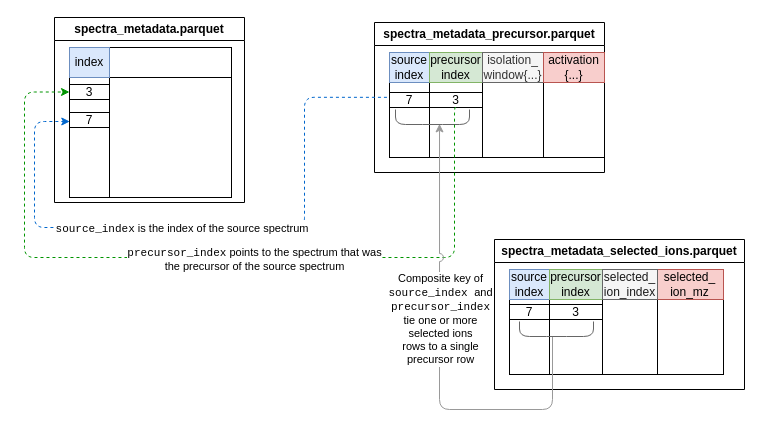
This is docs/assets/img/precursor-linkage.drawio from HUPO-PSI/mzPeak-specification, a draw.io file, before an edit. Source tidied: cells renumbered, new cells numbered last; positions are measured from the earlier drawing's top-left corner, leaving out a move shared by most shapes. Both pictures are drawn from the tidied source at 100%, with x=0, y=0 at pixel (24, 17).
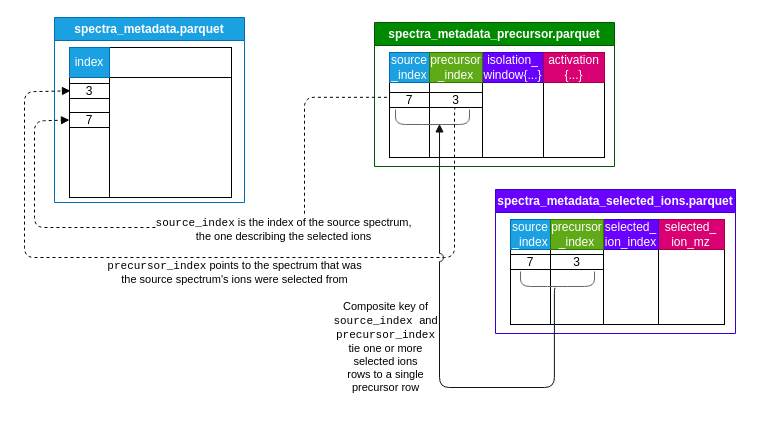
The same page after the edit.

Unchanged cells that the change refers to:
```xml
<mxCell id="10" style="group;" parent="2" vertex="1">
  <mxGeometry x="108" y="30" width="61" height="105" as="geometry" />
</mxCell>
<mxCell id="13" style="group;" parent="2" vertex="1">
  <mxGeometry x="169" y="30" width="61" height="105" as="geometry" />
</mxCell>
<mxCell id="16" value="7" style="rounded=0;whiteSpace=wrap;html=1;" parent="2" vertex="1">
  <mxGeometry x="15" y="70" width="40" height="15" as="geometry" />
</mxCell>
<mxCell id="21" style="group;" parent="17" vertex="1">
  <mxGeometry x="-25" y="30" width="120" height="110" as="geometry" />
</mxCell>
<mxCell id="24" value="7" style="rounded=0;whiteSpace=wrap;html=1;" parent="21" vertex="1">
  <mxGeometry x="40" y="65" width="40" height="15" as="geometry" />
</mxCell>
```

Diff of the diagram source:
```diff
@@
-    <mxCell id="2" value="spectra_metadata_precursor.parquet" style="swimlane;whiteSpace=wrap;html=1;" parent="1" vertex="1">
-      <mxGeometry x="350" y="5" width="230" height="150" as="geometry" />
+    <mxCell id="2" value="spectra_metadata_precursor.parquet" style="swimlane;whiteSpace=wrap;html=1;fillColor=#008a00;fontColor=#ffffff;strokeColor=#005700;" parent="1" vertex="1">
+      <mxGeometry x="350" y="5" width="240" height="144" as="geometry" />
     </mxCell>
@@
-    <mxCell id="4" value="source&lt;div&gt;index&lt;/div&gt;" style="rounded=0;whiteSpace=wrap;html=1;fillColor=#dae8fc;strokeColor=#6c8ebf;" parent="2" vertex="1">
+    <mxCell id="4" value="&lt;span style=&quot;color: light-dark(rgb(255, 255, 255), rgb(237, 237, 237));&quot;&gt;source&lt;/span&gt;&lt;div&gt;&lt;span style=&quot;color: light-dark(rgb(255, 255, 255), rgb(237, 237, 237));&quot;&gt;_index&lt;/span&gt;&lt;/div&gt;" style="rounded=0;whiteSpace=wrap;html=1;fillColor=#1ba1e2;strokeColor=#006EAF;fontColor=#ffffff;" parent="2" vertex="1">
       <mxGeometry x="15" y="30" width="40" height="30" as="geometry" />
     </mxCell>
-    <mxCell id="5" style="group;" parent="2" vertex="1">
-      <mxGeometry x="55" y="30" width="53" height="150" as="geometry" />
-    </mxCell>
-    <mxCell id="6" style="rounded=0;whiteSpace=wrap;html=1;" parent="5" vertex="1">
-      <mxGeometry y="30" width="53" height="75" as="geometry" />
-    </mxCell>
-    <mxCell id="7" value="precursor&lt;div&gt;index&lt;/div&gt;" style="rounded=0;whiteSpace=wrap;html=1;fillColor=#d5e8d4;strokeColor=#82b366;" parent="5" vertex="1">
-      <mxGeometry width="53" height="30" as="geometry" />
-    </mxCell>
-    <mxCell id="8" value="3" style="rounded=0;whiteSpace=wrap;html=1;" parent="5" vertex="1">
-      <mxGeometry y="40" width="53" height="15" as="geometry" />
-    </mxCell>
-    <mxCell id="9" style="shape=curlyBracket;whiteSpace=wrap;html=1;rounded=1;flipH=1;labelPosition=right;verticalLabelPosition=middle;align=left;verticalAlign=middle;legacyAnchorPoints=0;rotation=90;size=0;fillColor=#f5f5f5;fontColor=#333333;strokeColor=#666666;" parent="5" vertex="1">
-      <mxGeometry x="-4.5" y="27.5" width="15" height="74" as="geometry" />
-    </mxCell>
@@
-    <mxCell id="12" value="isolation_&lt;div&gt;window{...}&lt;/div&gt;" style="rounded=0;whiteSpace=wrap;html=1;fillColor=#f5f5f5;fontColor=#333333;strokeColor=#666666;" parent="10" vertex="1">
+    <mxCell id="12" value="&lt;span style=&quot;color: light-dark(rgb(255, 255, 255), rgb(237, 237, 237));&quot;&gt;isolation_&lt;/span&gt;&lt;div&gt;&lt;span style=&quot;color: light-dark(rgb(255, 255, 255), rgb(237, 237, 237));&quot;&gt;window{...}&lt;/span&gt;&lt;/div&gt;" style="rounded=0;whiteSpace=wrap;html=1;fillColor=#6a00ff;fontColor=#ffffff;strokeColor=#3700CC;" parent="10" vertex="1">
       <mxGeometry width="61" height="30" as="geometry" />
     </mxCell>
@@
-    <mxCell id="15" value="activation {...}" style="rounded=0;whiteSpace=wrap;html=1;fillColor=#f8cecc;strokeColor=#b85450;" parent="13" vertex="1">
+    <mxCell id="15" value="activation {...}" style="rounded=0;whiteSpace=wrap;html=1;fillColor=#d80073;strokeColor=#A50040;fontColor=#ffffff;" parent="13" vertex="1">
       <mxGeometry width="61" height="30" as="geometry" />
     </mxCell>
@@
+    <mxCell id="6" style="rounded=0;whiteSpace=wrap;html=1;" parent="2" vertex="1">
+      <mxGeometry x="55" y="60" width="53" height="75" as="geometry" />
+    </mxCell>
+    <mxCell id="7" value="&lt;span style=&quot;color: light-dark(rgb(255, 255, 255), rgb(237, 237, 237));&quot;&gt;precursor&lt;/span&gt;&lt;div&gt;&lt;span style=&quot;color: light-dark(rgb(255, 255, 255), rgb(237, 237, 237));&quot;&gt;_index&lt;/span&gt;&lt;/div&gt;" style="rounded=0;whiteSpace=wrap;html=1;fillColor=#60a917;strokeColor=#2D7600;fontColor=#ffffff;" parent="2" vertex="1">
+      <mxGeometry x="55" y="30" width="53" height="30" as="geometry" />
+    </mxCell>
+    <mxCell id="8" value="3" style="rounded=0;whiteSpace=wrap;html=1;" parent="2" vertex="1">
+      <mxGeometry x="55" y="70" width="53" height="15" as="geometry" />
+    </mxCell>
+    <mxCell id="9" style="shape=curlyBracket;whiteSpace=wrap;html=1;rounded=1;flipH=1;labelPosition=right;verticalLabelPosition=middle;align=left;verticalAlign=middle;legacyAnchorPoints=0;rotation=90;size=0;fillColor=#f5f5f5;fontColor=#333333;strokeColor=#666666;" parent="2" vertex="1">
+      <mxGeometry x="50.5" y="57.5" width="15" height="74" as="geometry" />
+    </mxCell>
-    <mxCell id="17" value="spectra_metadata.parquet" style="swimlane;whiteSpace=wrap;html=1;" parent="1" vertex="1">
+    <mxCell id="17" value="spectra_metadata.parquet" style="swimlane;whiteSpace=wrap;html=1;fillColor=#1ba1e2;fontColor=#ffffff;strokeColor=#006EAF;" parent="1" vertex="1">
       <mxGeometry x="30" width="190" height="185" as="geometry" />
     </mxCell>
@@
-    <mxCell id="23" value="&lt;div&gt;index&lt;/div&gt;" style="rounded=0;whiteSpace=wrap;html=1;fillColor=#dae8fc;strokeColor=#6c8ebf;" parent="21" vertex="1">
+    <mxCell id="23" value="&lt;div&gt;&lt;span style=&quot;color: light-dark(rgb(255, 255, 255), rgb(237, 237, 237));&quot;&gt;index&lt;/span&gt;&lt;/div&gt;" style="rounded=0;whiteSpace=wrap;html=1;fillColor=#1ba1e2;strokeColor=#006EAF;fontColor=#FFFFFF;" parent="21" vertex="1">
       <mxGeometry x="40" width="40" height="30" as="geometry" />
     </mxCell>
@@
-    <mxCell id="25" style="html=1;entryX=0.992;entryY=0.602;entryDx=0;entryDy=0;entryPerimeter=0;exitX=-0.064;exitY=0.322;exitDx=0;exitDy=0;edgeStyle=orthogonalEdgeStyle;dashed=1;strokeColor=#0066CC;exitPerimeter=0;" parent="21" edge="1" source="16">
-      <mxGeometry relative="1" as="geometry">
-        <mxPoint x="40.3" y="74" as="targetPoint" />
-        <Array as="points">
-          <mxPoint x="275" y="49.8" />
-          <mxPoint x="275" y="180" />
-          <mxPoint x="5" y="180" />
-          <mxPoint x="5" y="74" />
-        </Array>
-      </mxGeometry>
-    </mxCell>
-    <mxCell id="26" value="&lt;span style=&quot;color: rgb(0, 0, 0);&quot;&gt;&lt;font face=&quot;Courier New&quot;&gt;source_index&lt;/font&gt; is the index of the source spectrum&amp;nbsp;&lt;/span&gt;" style="edgeLabel;html=1;align=center;verticalAlign=middle;" parent="25" vertex="1">
-      <mxGeometry x="0.07" y="1" relative="1" as="geometry" />
-    </mxCell>
-    <mxCell id="27" value="spectra_metadata_selected_ions.parquet" style="swimlane;whiteSpace=wrap;html=1;" parent="1" vertex="1">
-      <mxGeometry x="470" y="222" width="250" height="150" as="geometry" />
+    <mxCell id="27" value="spectra_metadata_selected_ions.parquet" style="swimlane;whiteSpace=wrap;html=1;fillColor=#6a00ff;fontColor=#ffffff;strokeColor=#3700CC;" parent="1" vertex="1">
+      <mxGeometry x="471" y="172" width="240" height="144" as="geometry" />
     </mxCell>
@@
-    <mxCell id="29" value="source&lt;div&gt;index&lt;/div&gt;" style="rounded=0;whiteSpace=wrap;html=1;fillColor=#dae8fc;strokeColor=#6c8ebf;" parent="27" vertex="1">
+    <mxCell id="29" value="&lt;span style=&quot;color: light-dark(rgb(255, 255, 255), rgb(237, 237, 237));&quot;&gt;source&lt;/span&gt;&lt;div&gt;&lt;span style=&quot;color: light-dark(rgb(255, 255, 255), rgb(237, 237, 237));&quot;&gt;_index&lt;/span&gt;&lt;/div&gt;" style="rounded=0;whiteSpace=wrap;html=1;fillColor=#1ba1e2;strokeColor=#006EAF;fontColor=#ffffff;" parent="27" vertex="1">
       <mxGeometry x="15" y="30" width="40" height="30" as="geometry" />
     </mxCell>
@@
-    <mxCell id="31" value="selected_&lt;div&gt;ion_mz&lt;/div&gt;" style="rounded=0;whiteSpace=wrap;html=1;fillColor=#f8cecc;strokeColor=#b85450;" parent="27" vertex="1">
+    <mxCell id="31" value="&lt;span style=&quot;color: light-dark(rgb(255, 255, 255), rgb(237, 237, 237));&quot;&gt;selected_&lt;/span&gt;&lt;div&gt;&lt;span style=&quot;color: light-dark(rgb(255, 255, 255), rgb(237, 237, 237));&quot;&gt;ion_mz&lt;/span&gt;&lt;/div&gt;" style="rounded=0;whiteSpace=wrap;html=1;fillColor=#d80073;strokeColor=#A50040;fontColor=#ffffff;" parent="27" vertex="1">
       <mxGeometry x="162" y="30" width="67" height="30" as="geometry" />
     </mxCell>
-    <mxCell id="32" style="group;" parent="27" vertex="1">
-      <mxGeometry x="55" y="30" width="53" height="150" as="geometry" />
-    </mxCell>
+    <mxCell id="37" style="rounded=0;whiteSpace=wrap;html=1;direction=south;rotation=90;" parent="27" vertex="1">
+      <mxGeometry x="98" y="70" width="75" height="55" as="geometry" />
+    </mxCell>
+    <mxCell id="38" value="&lt;span style=&quot;color: light-dark(rgb(255, 255, 255), rgb(18, 18, 18));&quot;&gt;selected_&lt;/span&gt;&lt;div&gt;&lt;span style=&quot;color: light-dark(rgb(255, 255, 255), rgb(18, 18, 18));&quot;&gt;ion_index&lt;/span&gt;&lt;/div&gt;" style="rounded=0;whiteSpace=wrap;html=1;fillColor=#6a00ff;strokeColor=#3700CC;fontColor=#ffffff;" parent="27" vertex="1">
+      <mxGeometry x="108" y="30" width="55" height="30" as="geometry" />
+    </mxCell>
+    <mxCell id="39" value="7" style="rounded=0;whiteSpace=wrap;html=1;" parent="27" vertex="1">
+      <mxGeometry x="15" y="65" width="40" height="15" as="geometry" />
+    </mxCell>
-    <mxCell id="33" style="rounded=0;whiteSpace=wrap;html=1;" parent="32" vertex="1">
-      <mxGeometry y="30" width="53" height="75" as="geometry" />
+    <mxCell id="33" style="rounded=0;whiteSpace=wrap;html=1;" parent="27" vertex="1">
+      <mxGeometry x="55" y="60" width="53" height="75" as="geometry" />
     </mxCell>
-    <mxCell id="34" value="precursor&lt;div&gt;index&lt;/div&gt;" style="rounded=0;whiteSpace=wrap;html=1;fillColor=#d5e8d4;strokeColor=#82b366;" parent="32" vertex="1">
-      <mxGeometry width="53" height="30" as="geometry" />
+    <mxCell id="34" value="&lt;span style=&quot;color: light-dark(rgb(255, 255, 255), rgb(237, 237, 237));&quot;&gt;precursor&lt;/span&gt;&lt;div&gt;&lt;span style=&quot;color: light-dark(rgb(255, 255, 255), rgb(237, 237, 237));&quot;&gt;_index&lt;/span&gt;&lt;/div&gt;" style="rounded=0;whiteSpace=wrap;html=1;fillColor=#60a917;strokeColor=#2D7600;fontColor=#ffffff;" parent="27" vertex="1">
+      <mxGeometry x="55" y="30" width="53" height="30" as="geometry" />
     </mxCell>
-    <mxCell id="35" value="3" style="rounded=0;whiteSpace=wrap;html=1;" parent="32" vertex="1">
-      <mxGeometry y="35" width="53" height="15" as="geometry" />
+    <mxCell id="35" value="3" style="rounded=0;whiteSpace=wrap;html=1;" parent="27" vertex="1">
+      <mxGeometry x="55" y="65" width="53" height="15" as="geometry" />
     </mxCell>
-    <mxCell id="36" style="shape=curlyBracket;whiteSpace=wrap;html=1;rounded=1;flipH=1;labelPosition=right;verticalLabelPosition=middle;align=left;verticalAlign=middle;legacyAnchorPoints=0;rotation=90;size=0;fillColor=#f5f5f5;fontColor=#333333;strokeColor=#666666;" parent="32" vertex="1">
-      <mxGeometry x="-0.5" y="22.5" width="15" height="74" as="geometry" />
+    <mxCell id="36" style="shape=curlyBracket;whiteSpace=wrap;html=1;rounded=1;flipH=1;labelPosition=right;verticalLabelPosition=middle;align=left;verticalAlign=middle;legacyAnchorPoints=0;rotation=90;size=0;fillColor=#f5f5f5;fontColor=#333333;strokeColor=#666666;" parent="27" vertex="1">
+      <mxGeometry x="54.5" y="52.5" width="15" height="74" as="geometry" />
     </mxCell>
-    <mxCell id="37" style="rounded=0;whiteSpace=wrap;html=1;direction=south;rotation=90;" parent="27" vertex="1">
-      <mxGeometry x="98" y="70" width="75" height="55" as="geometry" />
-    </mxCell>
-    <mxCell id="38" value="&lt;span style=&quot;color: light-dark(rgb(26, 26, 26), rgb(18, 18, 18));&quot;&gt;selected_&lt;/span&gt;&lt;div&gt;&lt;span style=&quot;color: light-dark(rgb(26, 26, 26), rgb(18, 18, 18));&quot;&gt;ion_index&lt;/span&gt;&lt;/div&gt;" style="rounded=0;whiteSpace=wrap;html=1;fillColor=#f5f5f5;strokeColor=#666666;fontColor=#333333;" parent="27" vertex="1">
-      <mxGeometry x="108" y="30" width="55" height="30" as="geometry" />
-    </mxCell>
-    <mxCell id="39" value="7" style="rounded=0;whiteSpace=wrap;html=1;" parent="27" vertex="1">
-      <mxGeometry x="15" y="65" width="40" height="15" as="geometry" />
-    </mxCell>
     <mxCell id="40" value="3" style="rounded=0;whiteSpace=wrap;html=1;" parent="1" vertex="1">
-      <mxGeometry x="45" y="67" width="40" height="15" as="geometry" />
+      <mxGeometry x="45" y="66" width="40" height="15" as="geometry" />
     </mxCell>
-    <mxCell id="41" style="edgeStyle=orthogonalEdgeStyle;html=1;entryX=0;entryY=0.5;entryDx=0;entryDy=0;exitX=0.5;exitY=1;exitDx=0;exitDy=0;dashed=1;strokeColor=#009400;" parent="1" edge="1" source="8" target="40">
+    <mxCell id="41" style="edgeStyle=orthogonalEdgeStyle;html=1;entryX=0.025;entryY=0.487;entryDx=0;entryDy=0;exitX=0.5;exitY=1;exitDx=0;exitDy=0;dashed=1;strokeColor=light-dark(#000000, #37b637);endArrow=block;endFill=1;entryPerimeter=0;" parent="1" edge="1" source="8" target="40">
       <mxGeometry relative="1" as="geometry">
         <Array as="points">
           <mxPoint x="430" y="90" />
           <mxPoint x="430" y="240" />
           <mxPoint y="240" />
-          <mxPoint y="74.5" />
+          <mxPoint y="74.3" />
         </Array>
       </mxGeometry>
     </mxCell>
-    <mxCell id="42" value="&lt;span style=&quot;color: rgb(0, 0, 0);&quot;&gt;&lt;font face=&quot;Courier New&quot;&gt;precursor_index&lt;/font&gt; points to the spectrum that was&lt;/span&gt;&lt;div&gt;&lt;span style=&quot;color: rgb(0, 0, 0);&quot;&gt;the precursor of the source spectrum&lt;/span&gt;&lt;/div&gt;" style="edgeLabel;html=1;align=center;verticalAlign=middle;" parent="41" vertex="1">
-      <mxGeometry x="-0.11" y="1" relative="1" as="geometry" />
+    <mxCell id="42" value="&lt;span style=&quot;color: rgb(0, 0, 0);&quot;&gt;&lt;font face=&quot;Courier New&quot;&gt;precursor_index&lt;/font&gt; points to the spectrum that was&lt;/span&gt;&lt;div&gt;&lt;span style=&quot;color: rgb(0, 0, 0);&quot;&gt;the source spectrum's ions were selected from&lt;/span&gt;&lt;/div&gt;" style="edgeLabel;html=1;align=center;verticalAlign=middle;" parent="41" vertex="1">
+      <mxGeometry x="-0.12" y="1" relative="1" as="geometry">
+        <mxPoint x="-23" y="13" as="offset" />
+      </mxGeometry>
     </mxCell>
-    <mxCell id="43" style="edgeStyle=orthogonalEdgeStyle;html=1;exitX=0.1;exitY=0.5;exitDx=0;exitDy=0;exitPerimeter=0;entryX=0.04;entryY=0.405;entryDx=0;entryDy=0;entryPerimeter=0;strokeColor=light-dark(#999999,#121212);jumpStyle=arc;jumpSize=8;" parent="1" edge="1" target="9">
-      <mxGeometry relative="1" as="geometry">
-        <mxPoint x="528" y="319.5" as="sourcePoint" />
+    <mxCell id="43" style="edgeStyle=orthogonalEdgeStyle;html=1;exitX=-0.098;exitY=0.528;exitDx=0;exitDy=0;entryX=0.04;entryY=0.405;entryDx=0;entryDy=0;entryPerimeter=0;strokeColor=light-dark(#121212,#999999);jumpStyle=arc;jumpSize=8;endArrow=block;endFill=1;exitPerimeter=0;" parent="1" edge="1" source="36" target="9">
+      <mxGeometry x="0.02" relative="1" as="geometry">
         <Array as="points">
-          <mxPoint x="528" y="392" />
-          <mxPoint x="415" y="392" />
+          <mxPoint x="529.9" y="270.5" />
+          <mxPoint x="529.9" y="370" />
+          <mxPoint x="415" y="370" />
         </Array>
       </mxGeometry>
     </mxCell>
     <mxCell id="44" value="Composite key of&lt;div&gt;&lt;font face=&quot;Courier New&quot;&gt;source_index &lt;/font&gt;and&lt;/div&gt;&lt;div&gt;&lt;font face=&quot;Courier New&quot;&gt;precursor_index&lt;/font&gt;&lt;/div&gt;&lt;div&gt;tie one or more&lt;/div&gt;&lt;div&gt;selected ions&lt;/div&gt;&lt;div&gt;rows to a single&lt;/div&gt;&lt;div&gt;precursor row&lt;/div&gt;" style="edgeLabel;html=1;align=center;verticalAlign=middle;" parent="43" vertex="1">
-      <mxGeometry x="0.17" relative="1" as="geometry" />
+      <mxGeometry x="0.19" relative="1" as="geometry">
+        <mxPoint x="-55" y="29" as="offset" />
+      </mxGeometry>
     </mxCell>
+    <mxCell id="25" style="html=1;entryX=0;entryY=0.5;entryDx=0;entryDy=0;exitX=-0.064;exitY=0.322;exitDx=0;exitDy=0;edgeStyle=orthogonalEdgeStyle;dashed=1;strokeColor=light-dark(#000000,#EDEDED);exitPerimeter=0;endArrow=block;endFill=1;" parent="1" edge="1" source="16" target="24">
+      <mxGeometry relative="1" as="geometry">
+        <Array as="points">
+          <mxPoint x="280" y="79.8" />
+          <mxPoint x="280" y="210" />
+          <mxPoint x="10" y="210" />
+          <mxPoint x="10" y="103.5" />
+        </Array>
+      </mxGeometry>
+    </mxCell>
+    <mxCell id="26" value="&lt;span style=&quot;color: rgb(0, 0, 0);&quot;&gt;&lt;font face=&quot;Courier New&quot;&gt;source_index&lt;/font&gt; is the index of the source spectrum,&lt;/span&gt;&lt;div&gt;&lt;span style=&quot;color: rgb(0, 0, 0);&quot;&gt;the one describing the selected ions&lt;/span&gt;&lt;/div&gt;" style="edgeLabel;html=1;align=center;verticalAlign=middle;" parent="25" vertex="1">
+      <mxGeometry x="0.07" y="1" relative="1" as="geometry">
+        <mxPoint x="100" as="offset" />
+      </mxGeometry>
+    </mxCell>
```
